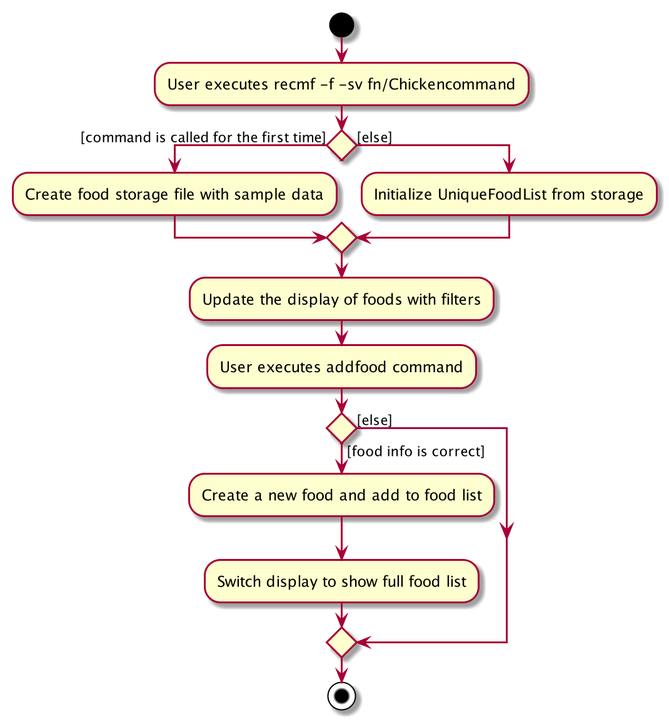
nus-cs2103-AY1920S1/addressbook-level3 keeps this PlantUML diagram as docs/images/RecmFoodActivityDiagram.png. Above is the earlier version. The source it was exported from:
```plantuml
@startuml
start
:User executes recmf -f -sv fn/Chickencommand;

if () then ([command is called for the first time])
    :Create food storage file with sample data;
else ([else])
    :Initialize UniqueFoodList from storage;
endif
:Update the display of foods with filters;
:User executes addfood command;
if () then ([food info is correct])
    :Create a new food and add to food list;
    :Switch display to show full food list;
else ([else])
endif
stop
@enduml
```
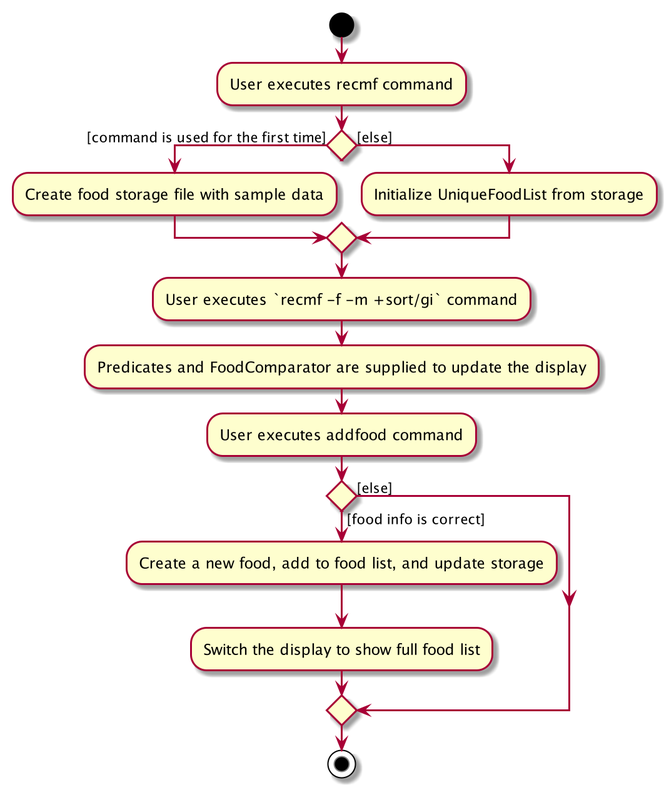
Above is the later version.

The edit, as a diff of the source:
```diff
@@ -1,17 +1,18 @@
 @startuml
 start
-:User executes recmf -f -sv fn/Chickencommand;
+:User executes recmf command;
 
-if () then ([command is called for the first time])
+if () then ([command is used for the first time])
     :Create food storage file with sample data;
 else ([else])
     :Initialize UniqueFoodList from storage;
 endif
-:Update the display of foods with filters;
+:User executes `recmf -f -m +sort/gi` command;
+:Predicates and FoodComparator are supplied to update the display;
 :User executes addfood command;
 if () then ([food info is correct])
-    :Create a new food and add to food list;
-    :Switch display to show full food list;
+    :Create a new food, add to food list, and update storage;
+    :Switch the display to show full food list;
 else ([else])
 endif
 stop
```
